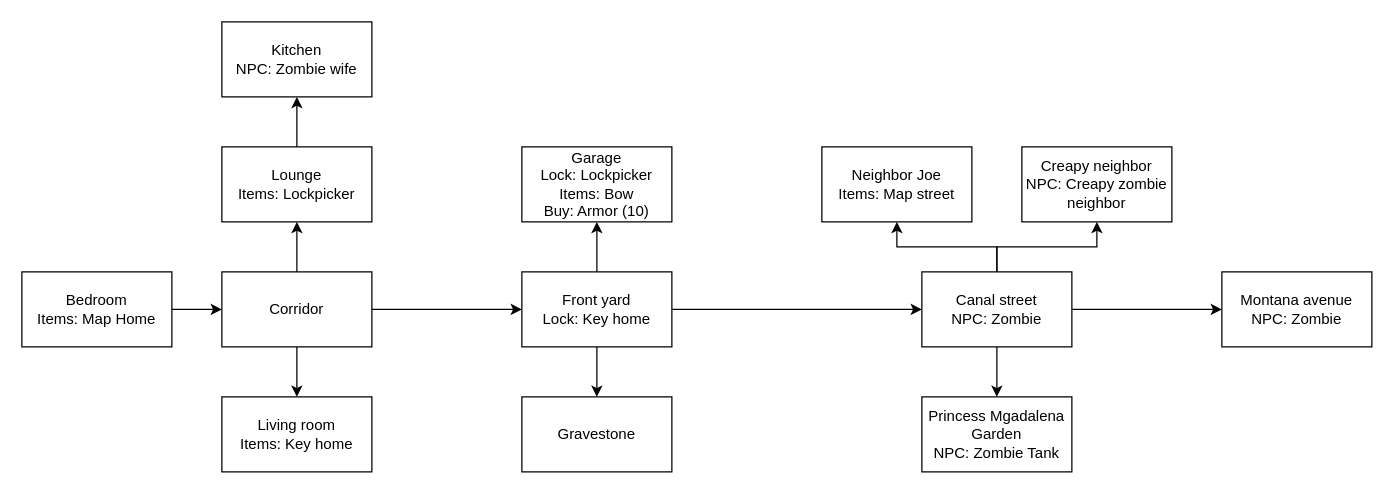
Earlier version of the draw.io diagram game_overview.drawio (a-waider/star-text-adventure). Source tidied: cells renumbered, new cells numbered last; positions are measured from the earlier drawing's top-left corner, leaving out a move shared by most shapes. Both pictures are drawn from the tidied source at 125%, with x=0, y=0 at pixel (21, 21).
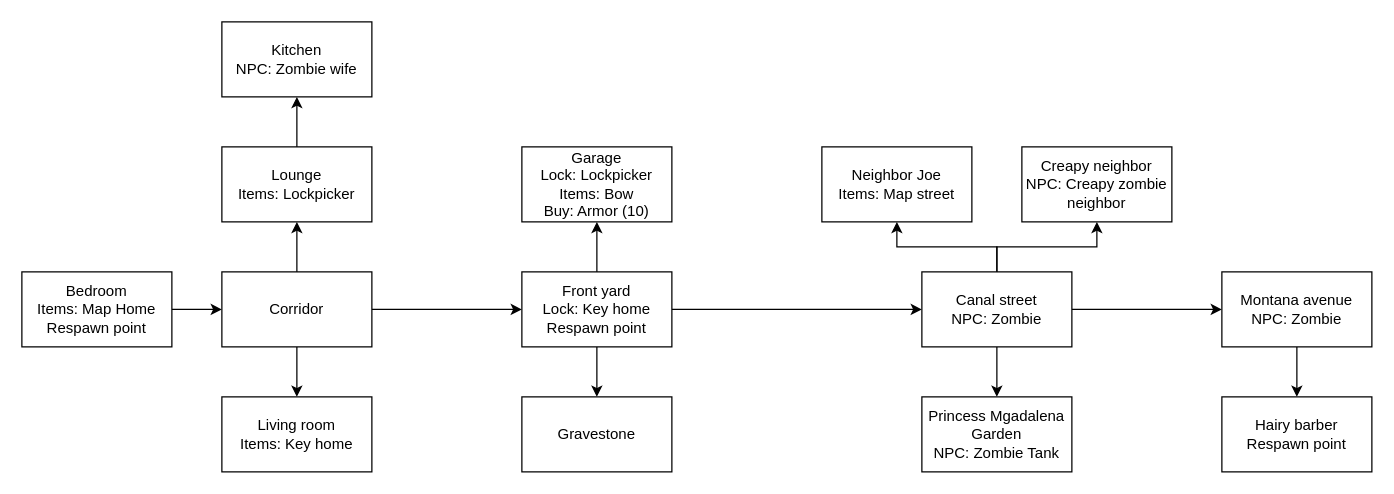
The same diagram, later.

The change refers to these unchanged cells:
```xml
<mxCell id="25" value="&lt;div&gt;&lt;span itemprop=&quot;text&quot;&gt;Montana avenue&lt;/span&gt;&lt;/div&gt;NPC: Zombie" style="rounded=0;whiteSpace=wrap;html=1;" parent="1" vertex="1">
  <mxGeometry x="960" y="200" width="120" height="60" as="geometry" />
</mxCell>
```

The edit, as a diff of the source:
```diff
@@
-    <mxCell id="3" value="&lt;div&gt;Bedroom&lt;/div&gt;&lt;div&gt;Items: Map Home&lt;br&gt;&lt;/div&gt;" style="rounded=0;whiteSpace=wrap;html=1;" parent="1" vertex="1">
+    <mxCell id="3" value="&lt;div&gt;Bedroom&lt;/div&gt;&lt;div&gt;Items: Map Home&lt;br&gt;&lt;/div&gt;&lt;div&gt;Respawn point&lt;br&gt;&lt;/div&gt;" style="rounded=0;whiteSpace=wrap;html=1;" parent="1" vertex="1">
       <mxGeometry y="200" width="120" height="60" as="geometry" />
     </mxCell>
@@
-    <mxCell id="15" value="&lt;div&gt;Front yard&lt;/div&gt;Lock: Key home" style="rounded=0;whiteSpace=wrap;html=1;" parent="1" vertex="1">
+    <mxCell id="15" value="&lt;div&gt;Front yard&lt;/div&gt;&lt;div&gt;Lock: Key home&lt;/div&gt;Respawn point" style="rounded=0;whiteSpace=wrap;html=1;" parent="1" vertex="1">
       <mxGeometry x="400" y="200" width="120" height="60" as="geometry" />
     </mxCell>
@@
+    <mxCell id="27" style="edgeStyle=orthogonalEdgeStyle;rounded=0;jettySize=auto;html=1;entryX=0.5;entryY=0;entryDx=0;entryDy=0;" parent="1" edge="1" source="25" target="28">
+      <mxGeometry relative="1" as="geometry" />
+    </mxCell>
@@
+    <mxCell id="28" value="Hairy barber&lt;br&gt;&lt;div&gt;Respawn point&lt;br&gt;&lt;/div&gt;" style="rounded=0;whiteSpace=wrap;html=1;" parent="1" vertex="1">
+      <mxGeometry x="960" y="300" width="120" height="60" as="geometry" />
+    </mxCell>
```
